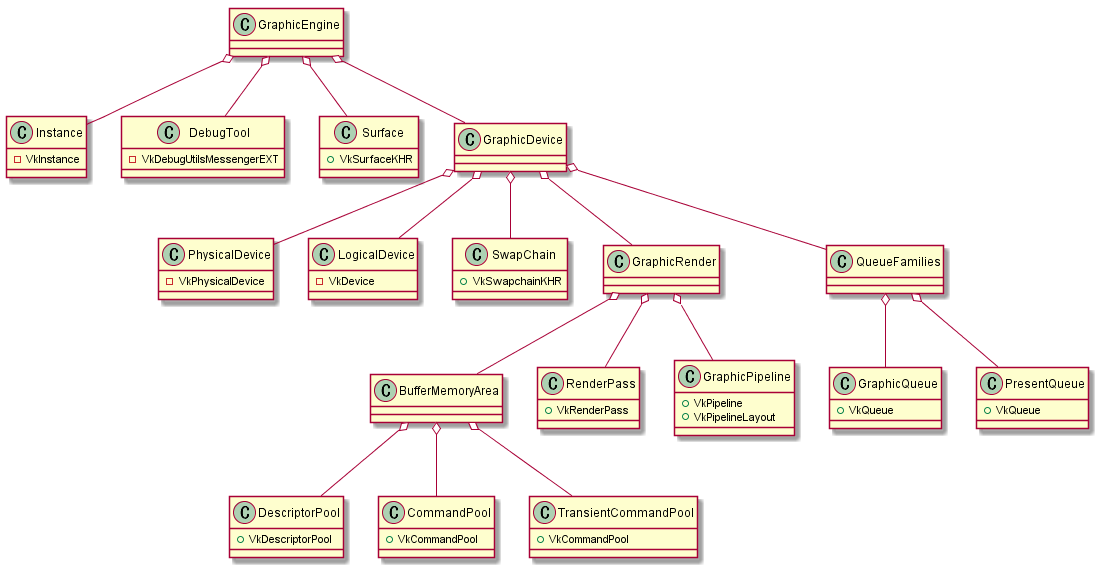
This is doc/diagrams/out/Wasabi/graphic/graphic.png from takowasaby/vulkan_game, a PlantUML export, as it was before one commit.
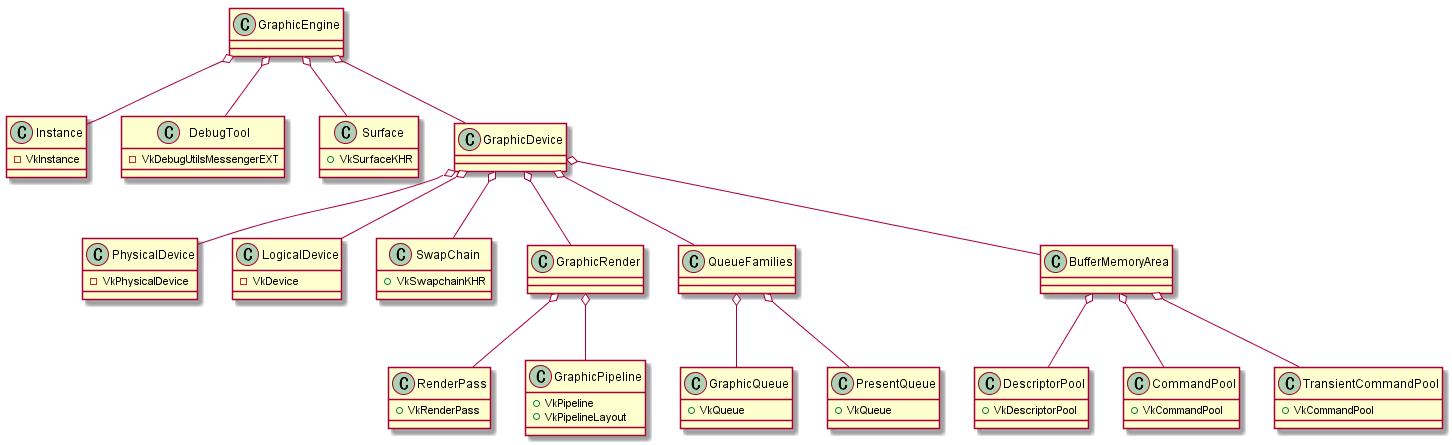
Later version of the same file.

What changed in the source:
```diff
@@ -73,10 +73,10 @@
 GraphicDevice o-- QueueFamilies
 GraphicDevice o-- GraphicRender
 GraphicDevice o-- SwapChain
+GraphicDevice o-- BufferMemoryArea
 
 GraphicRender o-- RenderPass
 GraphicRender o-- GraphicPipeline
-GraphicRender o-- BufferMemoryArea
 
 BufferMemoryArea o-- DescriptorPool
 BufferMemoryArea o-- CommandPool
```
